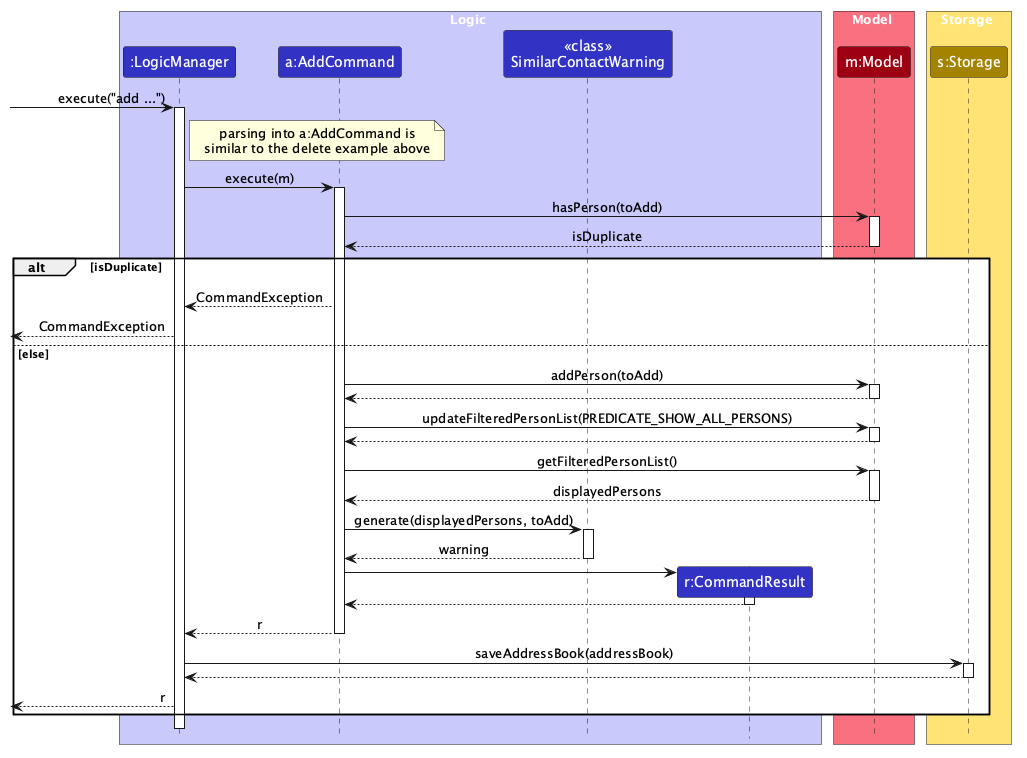
This is docs/images/AddSequenceDiagram.png from 24JonW/tp, a PlantUML export, as it was before one commit.
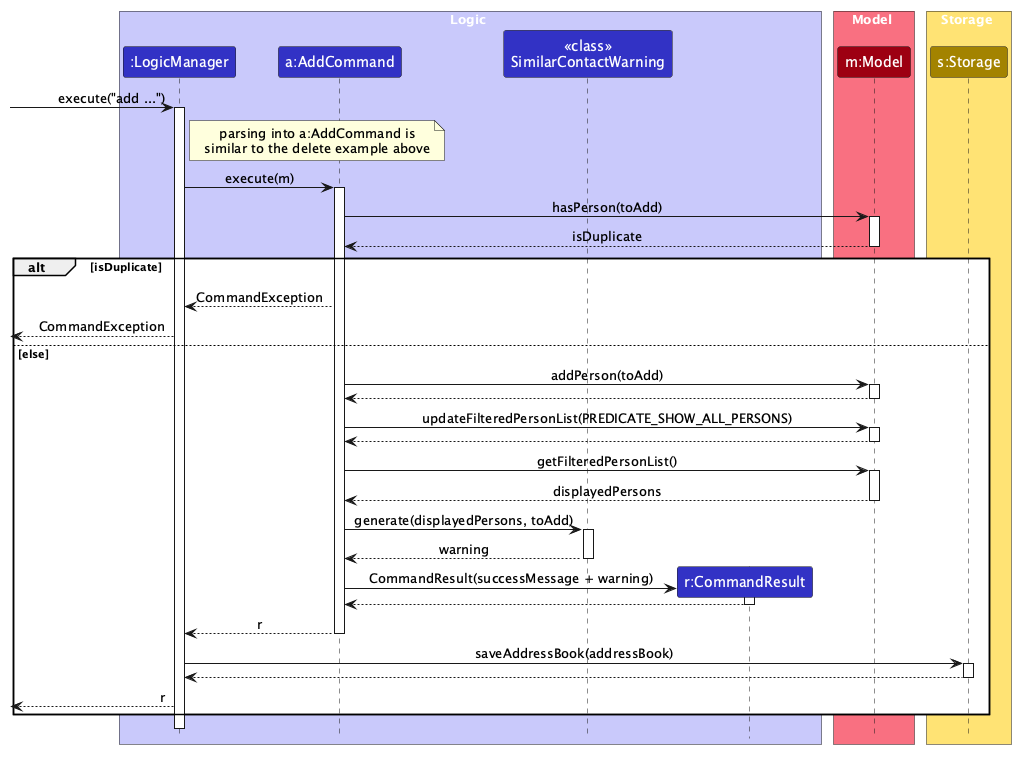
Above is the later version.

What changed in the source:
```diff
@@ -55,7 +55,7 @@
     deactivate SimilarContactWarning
 
     create CommandResult
-    AddCommand -> CommandResult
+    AddCommand -> CommandResult : CommandResult(successMessage + warning)
     activate CommandResult
     CommandResult --> AddCommand
     deactivate CommandResult
```
